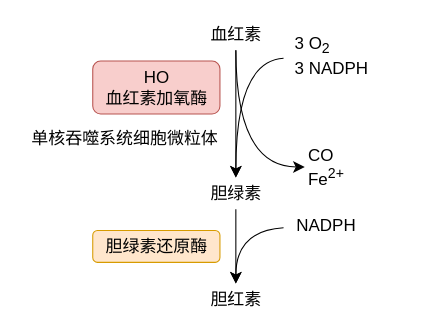
The draw.io diagram content/series/生物化学与分子生物学/肝的生物化学/胆色素的代谢与黄疸/胆红素的生成.drawio in daisilia/daisilia.github.io, before the edit. Source tidied: cells renumbered, new cells numbered last; positions are measured from the earlier drawing's top-left corner, leaving out a move shared by most shapes. Both pictures are drawn from the tidied source at 106%, with x=0, y=0 at pixel (18, 18).
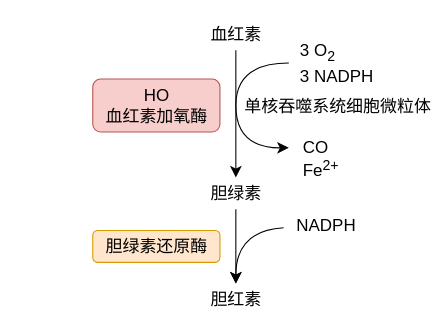
The same page after the edit.

The change refers to these unchanged cells:
```xml
<mxCell id="4" value="血红素" style="text;html=1;align=center;verticalAlign=middle;points=[];strokeColor=none;fillColor=none;fontSize=16;" parent="1" vertex="1">
  <mxGeometry x="170" width="70" height="30" as="geometry" />
</mxCell>
<mxCell id="6" value="胆绿素" style="text;html=1;align=center;verticalAlign=middle;points=[];strokeColor=none;fillColor=none;fontSize=16;" parent="1" vertex="1">
  <mxGeometry x="170" y="150" width="70" height="30" as="geometry" />
</mxCell>
```

The edit, as a diff of the source:
```diff
@@
-    <mxCell id="3" style="edgeStyle=none;curved=1;rounded=0;jettySize=auto;html=1;fontSize=12;startSize=8;endSize=8;" parent="1" edge="1" source="4">
-      <mxGeometry relative="1" as="geometry">
-        <mxPoint x="270" y="140" as="targetPoint" />
-        <Array as="points">
-          <mxPoint x="205" y="140" />
-        </Array>
-      </mxGeometry>
-    </mxCell>
@@
     <mxCell id="7" value="HO&lt;br&gt;血红素加氧酶" style="text;html=1;align=center;verticalAlign=middle;strokeColor=#b85450;fillColor=#f8cecc;fontSize=16;rounded=1;" parent="1" vertex="1">
-      <mxGeometry x="70" y="40" width="120" height="50" as="geometry" />
+      <mxGeometry x="70" y="57" width="120" height="50" as="geometry" />
     </mxCell>
-    <mxCell id="8" style="edgeStyle=none;curved=1;rounded=0;jettySize=auto;html=1;fontSize=12;startSize=8;endSize=8;" parent="1" edge="1" source="9" target="6">
-      <mxGeometry relative="1" as="geometry">
-        <Array as="points">
-          <mxPoint x="205" y="40" />
-        </Array>
-      </mxGeometry>
-    </mxCell>
-    <mxCell id="9" value="&lt;div style=&quot;text-align: left;&quot;&gt;&lt;span style=&quot;background-color: initial;&quot;&gt;3 O&lt;/span&gt;&lt;sub style=&quot;background-color: initial;&quot;&gt;2&lt;/sub&gt;&lt;/div&gt;&lt;div style=&quot;text-align: left;&quot;&gt;&lt;span style=&quot;background-color: initial;&quot;&gt;3 NADPH&lt;/span&gt;&lt;/div&gt;" style="text;html=1;align=center;verticalAlign=middle;points=[];strokeColor=none;fillColor=none;fontSize=16;" parent="1" vertex="1">
-      <mxGeometry x="250" y="5" width="90" height="60" as="geometry" />
-    </mxCell>
-    <mxCell id="10" value="&lt;div style=&quot;text-align: left;&quot;&gt;&lt;span style=&quot;background-color: initial;&quot;&gt;CO&lt;/span&gt;&lt;/div&gt;&lt;div style=&quot;text-align: left;&quot;&gt;&lt;span style=&quot;background-color: initial;&quot;&gt;Fe&lt;/span&gt;&lt;sup style=&quot;background-color: initial;&quot;&gt;2+&lt;/sup&gt;&lt;/div&gt;" style="text;html=1;align=center;verticalAlign=middle;points=[];strokeColor=none;fillColor=none;fontSize=16;" parent="1" vertex="1">
-      <mxGeometry x="260" y="110" width="60" height="60" as="geometry" />
-    </mxCell>
@@
-    <mxCell id="12" value="单核吞噬系统细胞微粒体" style="text;html=1;align=center;verticalAlign=middle;strokeColor=none;fillColor=none;fontSize=16;" parent="1" vertex="1">
-      <mxGeometry y="98" width="200" height="30" as="geometry" />
-    </mxCell>
@@
+    <mxCell id="16" style="group;fontSize=16;" parent="1" vertex="1">
+      <mxGeometry x="205" y="32" width="130" height="115" as="geometry" />
+    </mxCell>
+    <mxCell id="9" value="&lt;div style=&quot;border-color: var(--border-color); text-align: left;&quot;&gt;3 O&lt;sub style=&quot;border-color: var(--border-color); background-color: initial;&quot;&gt;2&lt;/sub&gt;&lt;/div&gt;&lt;div style=&quot;border-color: var(--border-color); text-align: left;&quot;&gt;&lt;span style=&quot;border-color: var(--border-color); background-color: initial;&quot;&gt;3 NADPH&lt;/span&gt;&lt;/div&gt;" style="text;html=1;align=center;verticalAlign=middle;points=[];strokeColor=none;fillColor=none;fontSize=16;" parent="16" vertex="1">
+      <mxGeometry x="50" y="-20" width="90" height="60" as="geometry" />
+    </mxCell>
+    <mxCell id="10" value="&lt;div style=&quot;border-color: var(--border-color); text-align: left;&quot;&gt;CO&lt;/div&gt;&lt;div style=&quot;border-color: var(--border-color); text-align: left;&quot;&gt;&lt;span style=&quot;border-color: var(--border-color); background-color: initial;&quot;&gt;Fe&lt;/span&gt;&lt;sup style=&quot;border-color: var(--border-color); background-color: initial;&quot;&gt;2+&lt;/sup&gt;&lt;/div&gt;" style="text;html=1;align=center;verticalAlign=middle;points=[];strokeColor=none;fillColor=none;fontSize=16;" parent="16" vertex="1">
+      <mxGeometry x="50" y="70" width="60" height="60" as="geometry" />
+    </mxCell>
+    <mxCell id="17" style="endArrow=classic;html=1;rounded=0;fontSize=12;startSize=8;endSize=8;edgeStyle=orthogonalEdgeStyle;curved=1;startArrow=none;startFill=0;endFill=1;" parent="16" edge="1" source="9" target="10">
+      <mxGeometry relative="1" as="geometry">
+        <Array as="points">
+          <mxPoint y="10" />
+          <mxPoint y="90" />
+        </Array>
+      </mxGeometry>
+    </mxCell>
+    <mxCell id="12" value="单核吞噬系统细胞微粒体" style="edgeLabel;html=1;align=center;verticalAlign=middle;fontSize=16;" parent="17" vertex="1">
+      <mxGeometry x="-0.07" y="2" relative="1" as="geometry">
+        <mxPoint x="93" y="6" as="offset" />
+      </mxGeometry>
+    </mxCell>
```
